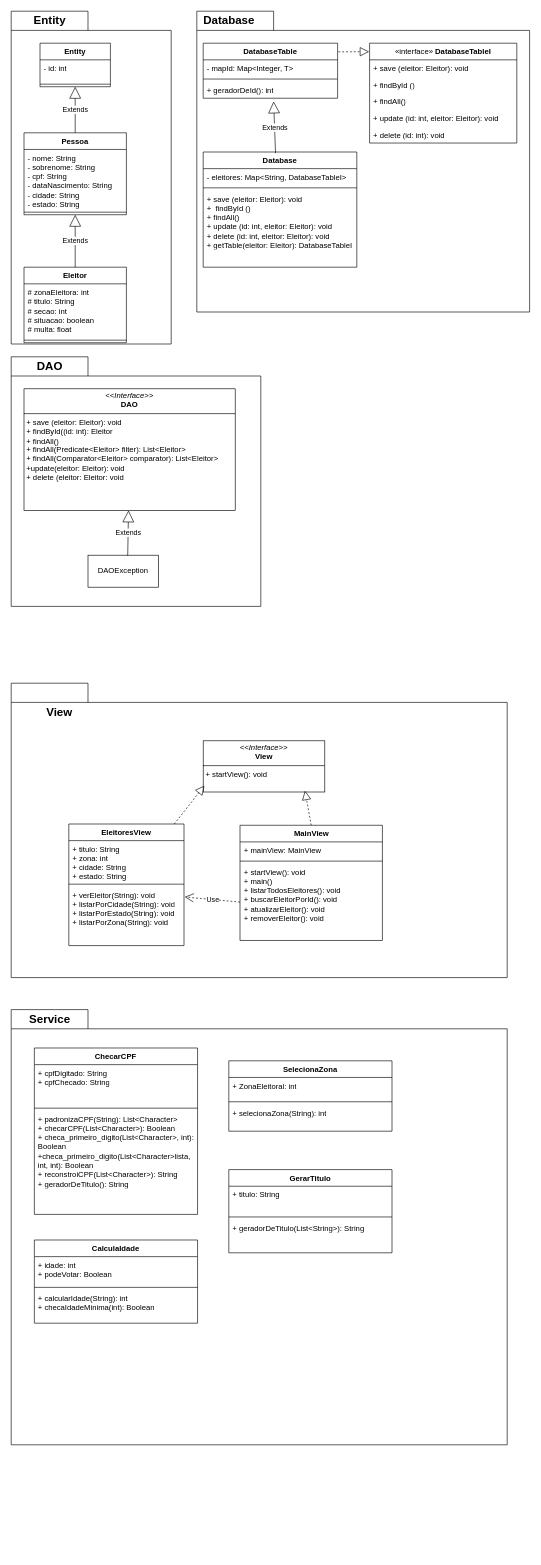
Earlier version of the draw.io diagram Diagrama sem nome.drawio (fseabra93/proj_final_LP2). Source tidied: cells renumbered, new cells numbered last; positions are measured from the earlier drawing's top-left corner, leaving out a move shared by most shapes. Both pictures are drawn from the tidied source at 64%, with x=0, y=0 at pixel (11, 11).
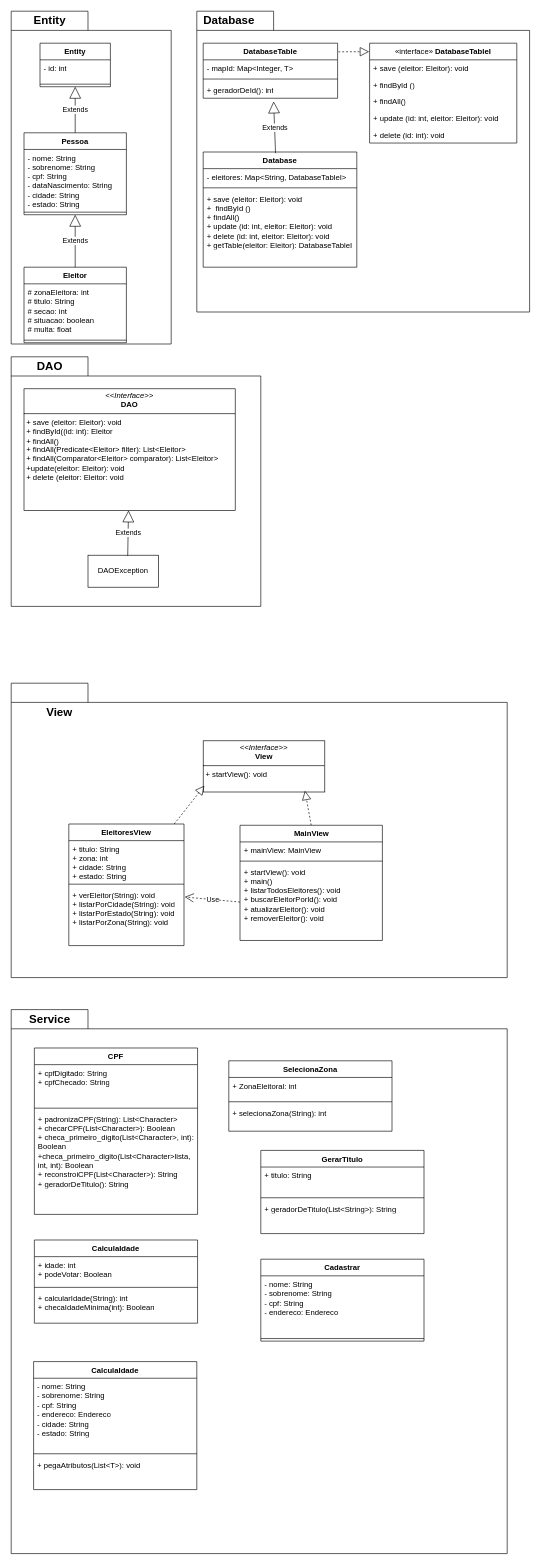
Above is the later version.

The edit, as a diff of the source:
```diff
@@
     <mxCell id="52" style="shape=folder;fontStyle=1;spacingTop=10;tabWidth=120;tabHeight=30;tabPosition=left;html=1;whiteSpace=wrap;" parent="1" vertex="1">
-      <mxGeometry y="1560" width="775" height="680" as="geometry" />
+      <mxGeometry y="1560" width="775" height="850" as="geometry" />
     </mxCell>
@@
-    <mxCell id="54" value="ChecarCPF" style="swimlane;fontStyle=1;align=center;verticalAlign=top;horizontal=1;startSize=26;whiteSpace=wrap;html=1;" parent="1" vertex="1">
+    <mxCell id="54" value="CPF" style="swimlane;fontStyle=1;align=center;verticalAlign=top;horizontal=1;startSize=26;whiteSpace=wrap;html=1;" parent="1" vertex="1">
       <mxGeometry x="36.2" y="1620" width="255" height="260" as="geometry" />
     </mxCell>
@@
     <mxCell id="58" value="GerarTitulo" style="swimlane;fontStyle=1;align=center;verticalAlign=top;horizontal=1;startSize=26;whiteSpace=wrap;html=1;" parent="1" vertex="1">
-      <mxGeometry x="340" y="1810" width="255" height="130" as="geometry" />
+      <mxGeometry x="390" y="1780" width="255" height="130" as="geometry" />
     </mxCell>
@@
+    <mxCell id="71" value="Cadastrar" style="swimlane;fontStyle=1;align=center;verticalAlign=top;horizontal=1;startSize=26;whiteSpace=wrap;html=1;" parent="1" vertex="1">
+      <mxGeometry x="390" y="1950" width="255" height="128" as="geometry" />
+    </mxCell>
+    <mxCell id="72" value="&lt;div&gt;- nome: String&lt;/div&gt;&lt;div&gt;- sobrenome: String&lt;/div&gt;&lt;div&gt;- cpf: String&lt;/div&gt;&lt;div&gt;- endereco: Endereco&lt;/div&gt;" style="text;strokeColor=none;fillColor=none;align=left;verticalAlign=top;spacingLeft=4;spacingRight=4;overflow=hidden;whiteSpace=wrap;html=1;" parent="71" vertex="1">
+      <mxGeometry y="26" width="255" height="94" as="geometry" />
+    </mxCell>
+    <mxCell id="73" style="line;strokeWidth=1;fillColor=none;align=left;verticalAlign=middle;spacingTop=-1;spacingLeft=3;spacingRight=3;labelPosition=right;strokeColor=inherit;" parent="71" vertex="1">
+      <mxGeometry y="120" width="255" height="8" as="geometry" />
+    </mxCell>
+    <mxCell id="74" value="CalculaIdade" style="swimlane;fontStyle=1;align=center;verticalAlign=top;horizontal=1;startSize=26;whiteSpace=wrap;html=1;" parent="1" vertex="1">
+      <mxGeometry x="35" y="2110" width="255" height="200" as="geometry" />
+    </mxCell>
+    <mxCell id="75" value="&lt;div&gt;- nome: String&lt;/div&gt;&lt;div&gt;- sobrenome: String&lt;/div&gt;&lt;div&gt;- cpf: String&lt;/div&gt;&lt;div&gt;- endereco: Endereco&lt;/div&gt;&lt;div&gt;- cidade: String&lt;/div&gt;&lt;div&gt;- estado: String&lt;/div&gt;" style="text;strokeColor=none;fillColor=none;align=left;verticalAlign=top;spacingLeft=4;spacingRight=4;overflow=hidden;whiteSpace=wrap;html=1;" parent="74" vertex="1">
+      <mxGeometry y="26" width="255" height="114" as="geometry" />
+    </mxCell>
+    <mxCell id="76" style="line;strokeWidth=1;fillColor=none;align=left;verticalAlign=middle;spacingTop=-1;spacingLeft=3;spacingRight=3;labelPosition=right;strokeColor=inherit;" parent="74" vertex="1">
+      <mxGeometry y="140" width="255" height="8" as="geometry" />
+    </mxCell>
+    <mxCell id="77" value="&lt;div&gt;+ pegaAtributos(List&amp;lt;T&amp;gt;): void&lt;/div&gt;" style="text;strokeColor=none;fillColor=none;align=left;verticalAlign=top;spacingLeft=4;spacingRight=4;overflow=hidden;whiteSpace=wrap;html=1;" parent="74" vertex="1">
+      <mxGeometry y="148" width="255" height="52" as="geometry" />
+    </mxCell>
```
